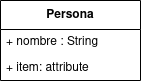
Above: Escuela.png in gian700/gestion-academica (draw.io), before the change. Source tidied: cells renumbered, new cells last; positions are measured from the earlier drawing's top-left corner, leaving out a move shared by most shapes. Its diagram source:
```xml
<mxGraphModel>
  <root>
    <mxCell id="0" />
    <mxCell id="1" parent="0" />
    <mxCell id="2" value="Persona" style="swimlane;fontStyle=1;align=center;verticalAlign=middle;horizontal=1;startSize=29;html=1;whiteSpace=wrap;" parent="1" vertex="1">
      <mxGeometry width="140" height="80" as="geometry" />
    </mxCell>
    <mxCell id="3" value="+ nombre : String" style="text;html=1;strokeColor=none;fillColor=none;align=left;verticalAlign=middle;spacingLeft=4;spacingRight=4;overflow=hidden;whiteSpace=wrap;" parent="2" vertex="1">
      <mxGeometry y="29" width="140" height="25" as="geometry" />
    </mxCell>
    <mxCell id="4" value="+ item: attribute" style="text;strokeColor=none;fillColor=none;align=left;verticalAlign=top;spacingLeft=4;spacingRight=4;overflow=hidden;points=[[0,0.5],[1,0.5]];portConstraint=eastwest;whiteSpace=wrap;html=1;" parent="2" vertex="1">
      <mxGeometry y="54" width="140" height="26" as="geometry" />
    </mxCell>
  </root>
</mxGraphModel>
```
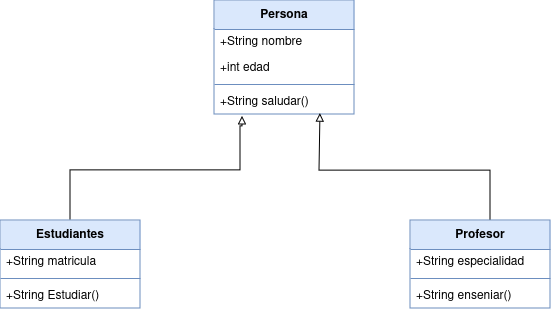
The same diagram one commit later.

What changed in the source:
```diff
@@ -2,14 +2,61 @@
   <root>
     <mxCell id="0" />
     <mxCell id="1" parent="0" />
+    <mxCell id="5" style="rounded=0;jettySize=auto;html=1;entryX=0.5;entryY=0;entryDx=0;entryDy=0;endArrow=none;endFill=0;startArrow=block;startFill=0;exitX=0.2;exitY=1.077;exitDx=0;exitDy=0;exitPerimeter=0;edgeStyle=orthogonalEdgeStyle;" parent="1" edge="1" source="4" target="8">
+      <mxGeometry relative="1" as="geometry">
+        <Array as="points">
+          <mxPoint x="26" y="126" />
+          <mxPoint x="26" y="170" />
+          <mxPoint x="-144" y="170" />
+        </Array>
+      </mxGeometry>
+    </mxCell>
-    <mxCell id="2" value="Persona" style="swimlane;fontStyle=1;align=center;verticalAlign=middle;horizontal=1;startSize=29;html=1;whiteSpace=wrap;" parent="1" vertex="1">
-      <mxGeometry width="140" height="80" as="geometry" />
+    <mxCell id="2" value="Persona" style="swimlane;fontStyle=1;align=center;verticalAlign=middle;horizontal=1;startSize=29;html=1;whiteSpace=wrap;fillColor=#dae8fc;strokeColor=#6c8ebf;" parent="1" vertex="1">
+      <mxGeometry width="140" height="114" as="geometry" />
     </mxCell>
-    <mxCell id="3" value="+ nombre : String" style="text;html=1;strokeColor=none;fillColor=none;align=left;verticalAlign=middle;spacingLeft=4;spacingRight=4;overflow=hidden;whiteSpace=wrap;" parent="2" vertex="1">
+    <mxCell id="3" value="+String nombre" style="text;html=1;strokeColor=none;fillColor=none;align=left;verticalAlign=middle;spacingLeft=4;spacingRight=4;overflow=hidden;whiteSpace=wrap;" parent="2" vertex="1">
       <mxGeometry y="29" width="140" height="25" as="geometry" />
     </mxCell>
+    <mxCell id="6" value="+int edad" style="text;strokeColor=none;fillColor=none;align=left;verticalAlign=top;spacingLeft=4;spacingRight=4;overflow=hidden;whiteSpace=wrap;html=1;" parent="2" vertex="1">
+      <mxGeometry y="54" width="140" height="26" as="geometry" />
+    </mxCell>
+    <mxCell id="7" style="line;strokeWidth=1;fillColor=none;align=left;verticalAlign=middle;spacingTop=-1;spacingLeft=3;spacingRight=3;labelPosition=right;strokeColor=inherit;" parent="2" vertex="1">
+      <mxGeometry y="80" width="140" height="8" as="geometry" />
+    </mxCell>
-    <mxCell id="4" value="+ item: attribute" style="text;strokeColor=none;fillColor=none;align=left;verticalAlign=top;spacingLeft=4;spacingRight=4;overflow=hidden;points=[[0,0.5],[1,0.5]];portConstraint=eastwest;whiteSpace=wrap;html=1;" parent="2" vertex="1">
-      <mxGeometry y="54" width="140" height="26" as="geometry" />
+    <mxCell id="4" value="+String saludar()" style="text;strokeColor=none;fillColor=none;align=left;verticalAlign=top;spacingLeft=4;spacingRight=4;overflow=hidden;points=[[0,0.5],[1,0.5]];portConstraint=eastwest;whiteSpace=wrap;html=1;" parent="2" vertex="1">
+      <mxGeometry y="88" width="140" height="26" as="geometry" />
     </mxCell>
+    <mxCell id="8" value="Estudiantes" style="swimlane;fontStyle=1;align=center;verticalAlign=middle;horizontal=1;startSize=29;html=1;whiteSpace=wrap;fillColor=#dae8fc;strokeColor=#6c8ebf;" parent="1" vertex="1">
+      <mxGeometry x="-214" y="220" width="140" height="88" as="geometry" />
+    </mxCell>
+    <mxCell id="9" value="+String matricula" style="text;html=1;strokeColor=none;fillColor=none;align=left;verticalAlign=middle;spacingLeft=4;spacingRight=4;overflow=hidden;whiteSpace=wrap;" parent="8" vertex="1">
+      <mxGeometry y="29" width="140" height="25" as="geometry" />
+    </mxCell>
+    <mxCell id="10" style="line;strokeWidth=1;fillColor=none;align=left;verticalAlign=middle;spacingTop=-1;spacingLeft=3;spacingRight=3;labelPosition=right;strokeColor=inherit;" parent="8" vertex="1">
+      <mxGeometry y="54" width="140" height="8" as="geometry" />
+    </mxCell>
+    <mxCell id="11" value="+String Estudiar()" style="text;strokeColor=none;fillColor=none;align=left;verticalAlign=top;spacingLeft=4;spacingRight=4;overflow=hidden;whiteSpace=wrap;html=1;" parent="8" vertex="1">
+      <mxGeometry y="62" width="140" height="26" as="geometry" />
+    </mxCell>
+    <mxCell id="12" style="rounded=0;jettySize=auto;html=1;entryX=0.757;entryY=0.962;entryDx=0;entryDy=0;endArrow=block;endFill=0;entryPerimeter=0;edgeStyle=orthogonalEdgeStyle;" parent="1" edge="1" source="13" target="4">
+      <mxGeometry relative="1" as="geometry">
+        <Array as="points">
+          <mxPoint x="276" y="170" />
+          <mxPoint x="105" y="170" />
+        </Array>
+      </mxGeometry>
+    </mxCell>
+    <mxCell id="13" value="Profesor" style="swimlane;fontStyle=1;align=center;verticalAlign=middle;horizontal=1;startSize=29;html=1;whiteSpace=wrap;fillColor=#dae8fc;strokeColor=#6c8ebf;" parent="1" vertex="1">
+      <mxGeometry x="196" y="220" width="140" height="88" as="geometry" />
+    </mxCell>
+    <mxCell id="14" value="+String especialidad" style="text;html=1;strokeColor=none;fillColor=none;align=left;verticalAlign=middle;spacingLeft=4;spacingRight=4;overflow=hidden;whiteSpace=wrap;" parent="13" vertex="1">
+      <mxGeometry y="29" width="140" height="25" as="geometry" />
+    </mxCell>
+    <mxCell id="15" style="line;strokeWidth=1;fillColor=none;align=left;verticalAlign=middle;spacingTop=-1;spacingLeft=3;spacingRight=3;labelPosition=right;strokeColor=inherit;" parent="13" vertex="1">
+      <mxGeometry y="54" width="140" height="8" as="geometry" />
+    </mxCell>
+    <mxCell id="16" value="+String enseniar()" style="text;strokeColor=none;fillColor=none;align=left;verticalAlign=top;spacingLeft=4;spacingRight=4;overflow=hidden;whiteSpace=wrap;html=1;" parent="13" vertex="1">
+      <mxGeometry y="62" width="140" height="26" as="geometry" />
+    </mxCell>
   </root>
 </mxGraphModel>
```
